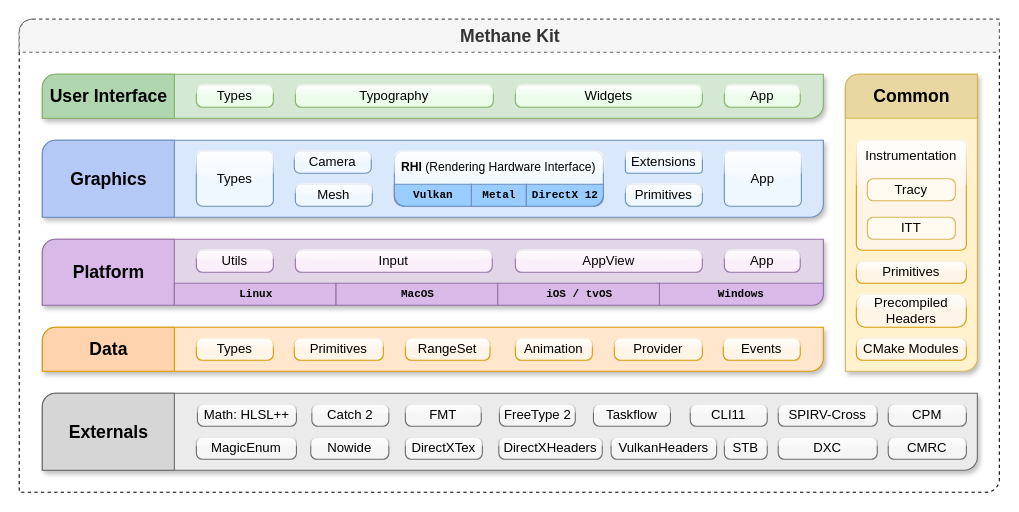
This is Docs/Diagrams/MethaneKit_HighLevel_Architecture.drawio from MethanePowered/MethaneKit, a draw.io file, before an edit. Source tidied: cells renumbered, new cells numbered last; positions are measured from the earlier drawing's top-left corner, leaving out a move shared by most shapes. Both pictures are drawn from the tidied source at 110%, with x=0, y=0 at pixel (19, 19).
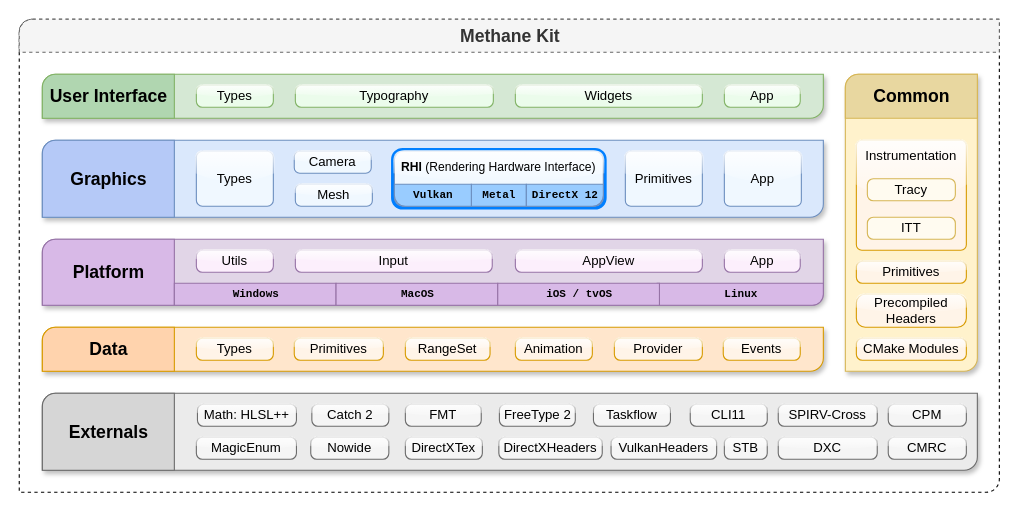
Above is the later version.

The edit, as a diff of the source:
```diff
@@
-    <mxCell id="20" value="Primitives" style="rounded=1;whiteSpace=wrap;html=1;strokeColor=#6c8ebf;arcSize=27;fillColor=#F0F8FF;glass=1;shadow=0;" parent="1" vertex="1">
-      <mxGeometry x="551" y="150" width="70" height="20" as="geometry" />
+    <mxCell id="20" value="Primitives" style="rounded=1;whiteSpace=wrap;html=1;strokeColor=#6c8ebf;arcSize=10;fillColor=#F0F8FF;glass=1;shadow=0;" parent="1" vertex="1">
+      <mxGeometry x="551" y="120" width="70" height="50" as="geometry" />
     </mxCell>
@@
-    <mxCell id="23" value="Extensions" style="rounded=1;whiteSpace=wrap;html=1;strokeColor=#6c8ebf;arcSize=16;fillColor=#F0F8FF;glass=1;shadow=0;" parent="1" vertex="1">
-      <mxGeometry x="551" y="120" width="70" height="20" as="geometry" />
-    </mxCell>
@@
-    <mxCell id="53" value="Windows" style="verticalLabelPosition=middle;verticalAlign=middle;html=1;shape=mxgraph.basic.corner_round_rect;dx=6;strokeColor=#9673a6;align=center;labelPosition=center;fontSize=10;fontStyle=1;flipH=1;flipV=1;fontFamily=Courier New;fillColor=#D8B9E7;" parent="1" vertex="1">
+    <mxCell id="53" value="Linux" style="verticalLabelPosition=middle;verticalAlign=middle;html=1;shape=mxgraph.basic.corner_round_rect;dx=6;strokeColor=#9673a6;align=center;labelPosition=center;fontSize=10;fontStyle=1;flipH=1;flipV=1;fontFamily=Courier New;fillColor=#D8B9E7;" parent="1" vertex="1">
       <mxGeometry x="580" y="240" width="151" height="20" as="geometry" />
     </mxCell>
-    <mxCell id="54" value="Linux" style="verticalLabelPosition=middle;verticalAlign=middle;html=1;shape=mxgraph.basic.corner_round_rect;dx=0;strokeColor=#9673a6;align=center;labelPosition=center;fontSize=10;fontStyle=1;flipH=1;flipV=1;fontFamily=Courier New;fillColor=#D8B9E7;labelBackgroundColor=none;" parent="1" vertex="1">
+    <mxCell id="54" value="Windows" style="verticalLabelPosition=middle;verticalAlign=middle;html=1;shape=mxgraph.basic.corner_round_rect;dx=0;strokeColor=#9673a6;align=center;labelPosition=center;fontSize=10;fontStyle=1;flipH=1;flipV=1;fontFamily=Courier New;fillColor=#D8B9E7;labelBackgroundColor=none;" parent="1" vertex="1">
       <mxGeometry x="141" y="240" width="147" height="20" as="geometry" />
     </mxCell>
@@
-    <mxCell id="56" style="group;" parent="1" vertex="1">
+    <mxCell id="56" style="group;strokeColor=#007FFF;strokeWidth=6;perimeterSpacing=0;rounded=1;" parent="1" vertex="1">
       <mxGeometry x="341" y="120" width="190" height="50" as="geometry" />
     </mxCell>
```
